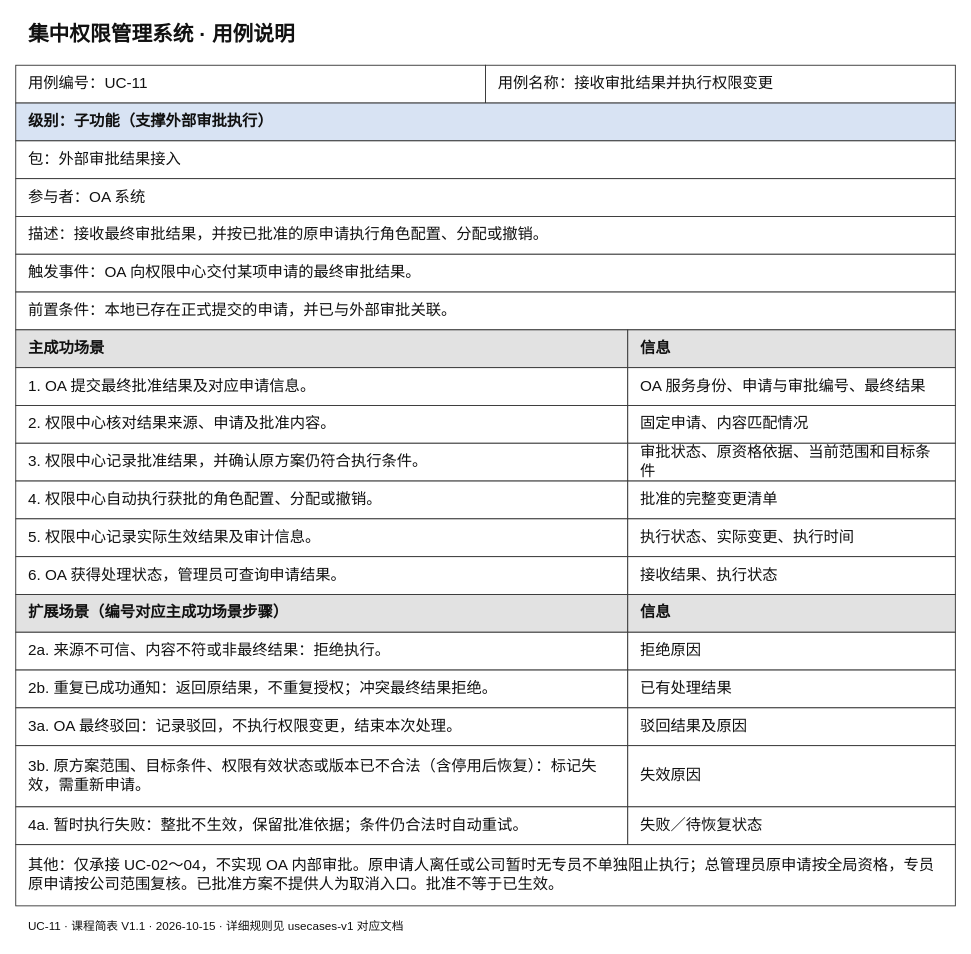
Earlier version of the draw.io diagram docs/按用例分类/UC-11_接收审批结果并执行权限变更/课程简表.drawio (Noah-hope/RBAC-admin). Source tidied: cells renumbered, new cells numbered last; positions are measured from the earlier drawing's top-left corner, leaving out a move shared by most shapes. Both pictures are drawn from the tidied source at 90%, with x=0, y=0 at pixel (15, 15).
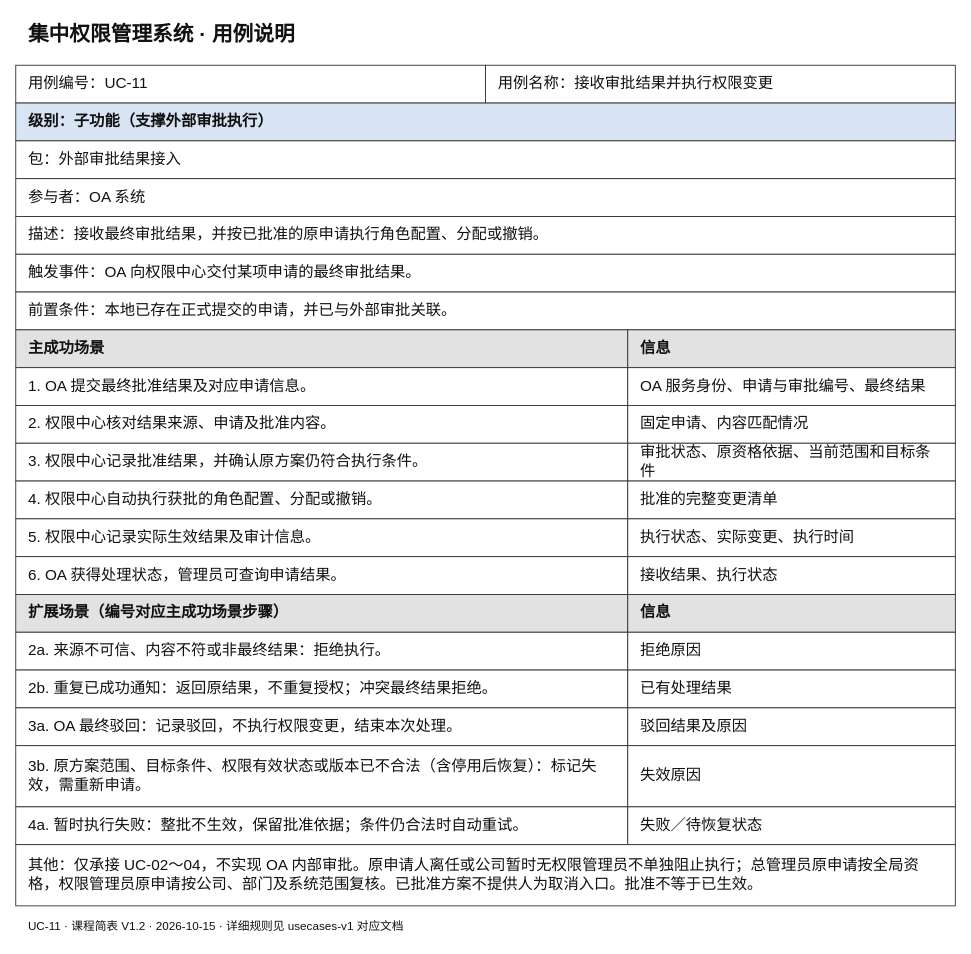
The same page after the edit.

The edit, as a diff of the source:
```diff
@@
-    <mxCell id="37" value="其他：仅承接 UC-02～04，不实现 OA 内部审批。原申请人离任或公司暂时无专员不单独阻止执行；总管理员原申请按全局资格，专员原申请按公司范围复核。已批准方案不提供人为取消入口。批准不等于已生效。" style="rounded=0;whiteSpace=wrap;html=0;fontFamily=Microsoft YaHei;fontSize=17;fontColor=#111111;align=left;verticalAlign=middle;spacingLeft=12;spacingRight=12;spacingTop=8;spacingBottom=8;fillColor=#ffffff;strokeColor=#333333;fontStyle=0;" parent="1" vertex="1">
+    <mxCell id="37" value="其他：仅承接 UC-02～04，不实现 OA 内部审批。原申请人离任或公司暂时无权限管理员不单独阻止执行；总管理员原申请按全局资格，权限管理员原申请按公司、部门及系统范围复核。已批准方案不提供人为取消入口。批准不等于已生效。" style="rounded=0;whiteSpace=wrap;html=0;fontFamily=Microsoft YaHei;fontSize=17;fontColor=#111111;align=left;verticalAlign=middle;spacingLeft=12;spacingRight=12;spacingTop=8;spacingBottom=8;fillColor=#ffffff;strokeColor=#333333;fontStyle=0;" parent="1" vertex="1">
       <mxGeometry y="921" width="1044" height="68" as="geometry" />
     </mxCell>
-    <mxCell id="38" value="UC-11 · 课程简表 V1.1 · 2026-10-15 · 详细规则见 usecases-v1 对应文档" style="rounded=0;whiteSpace=wrap;html=0;fontFamily=Microsoft YaHei;fontSize=13;fontColor=#111111;align=left;verticalAlign=middle;spacingLeft=12;spacingRight=12;spacingTop=8;spacingBottom=8;fillColor=#ffffff;strokeColor=none;fontStyle=0;" parent="1" vertex="1">
+    <mxCell id="38" value="UC-11 · 课程简表 V1.2 · 2026-10-15 · 详细规则见 usecases-v1 对应文档" style="rounded=0;whiteSpace=wrap;html=0;fontFamily=Microsoft YaHei;fontSize=13;fontColor=#111111;align=left;verticalAlign=middle;spacingLeft=12;spacingRight=12;spacingTop=8;spacingBottom=8;fillColor=#ffffff;strokeColor=none;fontStyle=0;" parent="1" vertex="1">
       <mxGeometry y="996" width="1044" height="30" as="geometry" />
     </mxCell>
```
